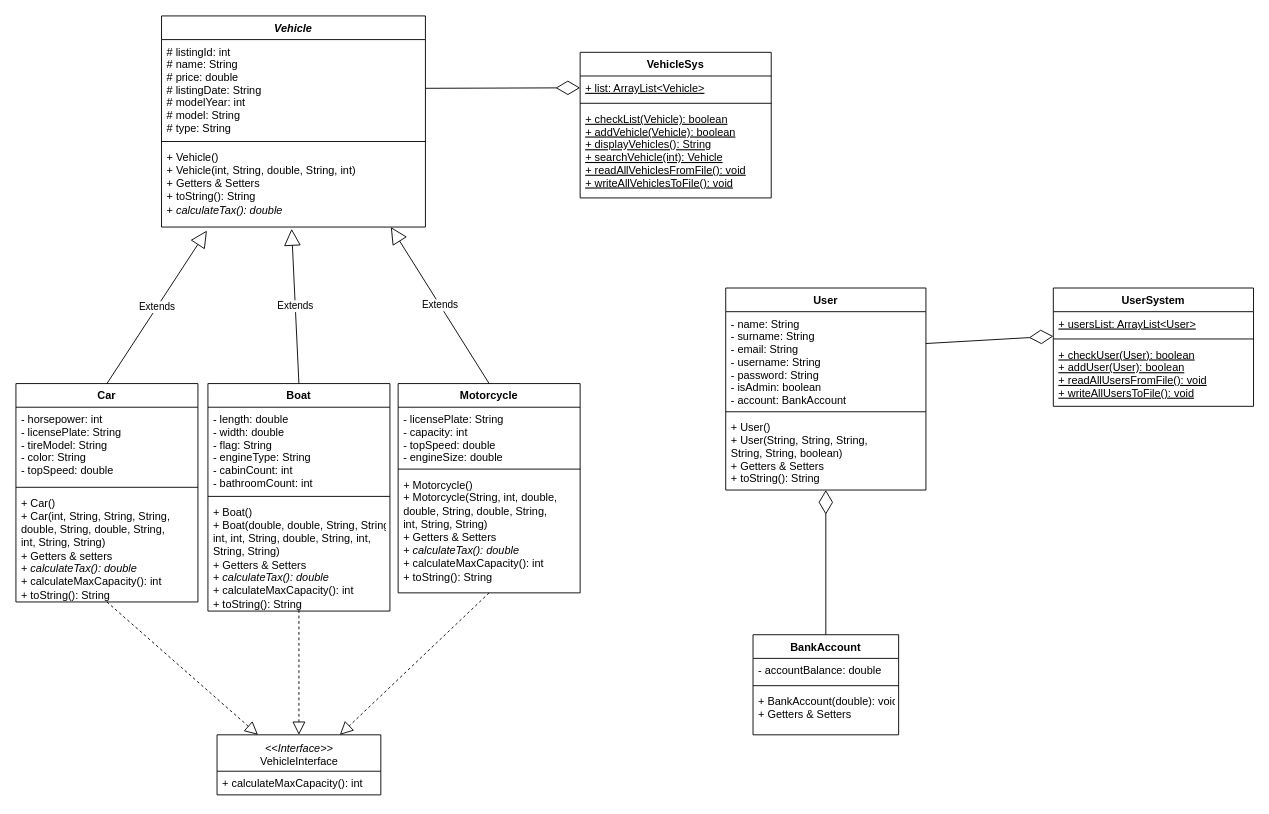
Before: UML/vehiclesellingportal.drawio in bariis/javaproject, a draw.io diagram. Source tidied: cells renumbered, new cells numbered last; positions are measured from the earlier drawing's top-left corner, leaving out a move shared by most shapes. Both pictures are drawn from the tidied source at 91%, with x=0, y=0 at pixel (15, 15).
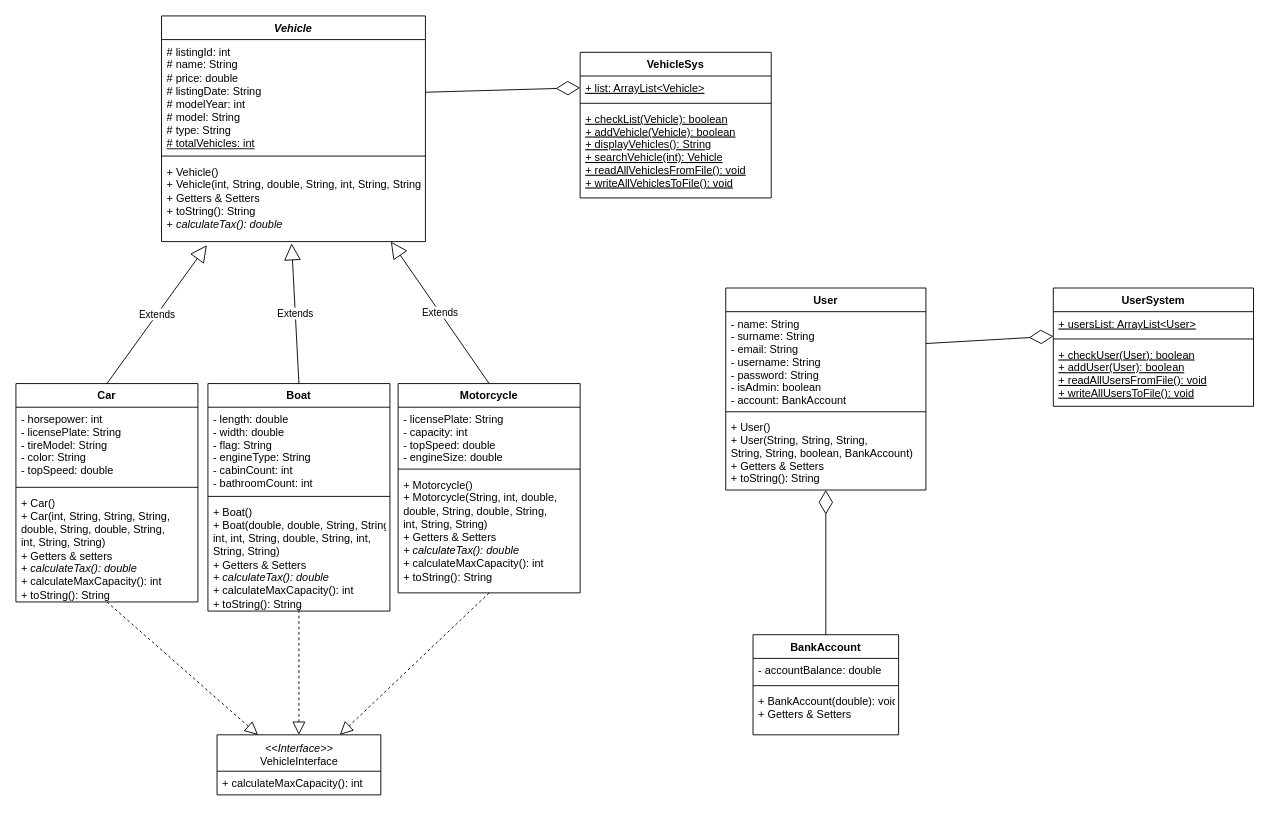
The same page after the edit.

Unchanged cells that the change refers to:
```xml
<mxCell id="26" value="User&#10;" style="swimlane;fontStyle=1;align=center;verticalAlign=top;horizontal=1;startSize=26;" parent="1" vertex="1">
  <mxGeometry x="780" y="299" width="220" height="222" as="geometry" />
</mxCell>
```

Diff of the diagram source:
```diff
@@
     <mxCell id="2" value="Vehicle" style="swimlane;fontStyle=3;align=center;verticalAlign=top;horizontal=1;startSize=26;" parent="1" vertex="1">
-      <mxGeometry x="160" width="290" height="232" as="geometry" />
+      <mxGeometry x="160" width="290" height="248" as="geometry" />
     </mxCell>
-    <mxCell id="3" value="# listingId: int&#10;# name: String&#10;# price: double&#10;# listingDate: String&#10;# modelYear: int&#10;# model: String&#10;# type: String&#10;&#10;&#10;&#10;" style="text;strokeColor=none;fillColor=none;align=left;verticalAlign=top;spacingLeft=4;spacingRight=4;overflow=hidden;points=[[0,0.5],[1,0.5]];portConstraint=eastwest;" parent="2" vertex="1">
-      <mxGeometry y="26" width="290" height="108" as="geometry" />
+    <mxCell id="3" value="# listingId: int&lt;br&gt;# name: String&lt;br&gt;# price: double&lt;br&gt;# listingDate: String&lt;br&gt;# modelYear: int&lt;br&gt;# model: String&lt;br&gt;&lt;div&gt;# type: String&lt;u&gt;&lt;br&gt;&lt;/u&gt;&lt;/div&gt;&lt;div&gt;&lt;u&gt;# totalVehicles: int&lt;/u&gt;&lt;/div&gt;" style="text;strokeColor=none;fillColor=none;align=left;verticalAlign=top;spacingLeft=4;spacingRight=4;overflow=hidden;points=[[0,0.5],[1,0.5]];portConstraint=eastwest;html=1;" parent="2" vertex="1">
+      <mxGeometry y="26" width="290" height="124" as="geometry" />
     </mxCell>
     <mxCell id="4" style="line;strokeWidth=1;fillColor=none;align=left;verticalAlign=middle;spacingTop=-1;spacingLeft=3;spacingRight=3;labelPosition=right;" parent="2" vertex="1">
-      <mxGeometry y="134" width="290" height="8" as="geometry" />
+      <mxGeometry y="150" width="290" height="8" as="geometry" />
     </mxCell>
-    <mxCell id="5" value="+ Vehicle()&lt;br&gt;+ Vehicle(int, String, double, String, int)&lt;br&gt;&lt;div&gt;+ Getters &amp;amp; Setters&lt;/div&gt;&lt;div&gt;+ toString(): String&lt;/div&gt;&lt;div&gt;+&lt;i&gt; calculateTax(): double&lt;/i&gt;&lt;/div&gt;" style="text;strokeColor=none;fillColor=none;align=left;verticalAlign=top;spacingLeft=4;spacingRight=4;overflow=hidden;points=[[0,0.5],[1,0.5]];portConstraint=eastwest;html=1;" parent="2" vertex="1">
-      <mxGeometry y="142" width="290" height="90" as="geometry" />
+    <mxCell id="5" value="+ Vehicle()&lt;br&gt;+ Vehicle(int, String, double, String, int, String, String)&lt;br&gt;&lt;div&gt;+ Getters &amp;amp; Setters&lt;/div&gt;&lt;div&gt;+ toString(): String&lt;/div&gt;&lt;div&gt;+&lt;i&gt; calculateTax(): double&lt;/i&gt;&lt;/div&gt;" style="text;strokeColor=none;fillColor=none;align=left;verticalAlign=top;spacingLeft=4;spacingRight=4;overflow=hidden;points=[[0,0.5],[1,0.5]];portConstraint=eastwest;html=1;" parent="2" vertex="1">
+      <mxGeometry y="158" width="290" height="90" as="geometry" />
     </mxCell>
@@
-    <mxCell id="29" value="+ User()&#10;+ User(String, String, String,&#10;String, String, boolean)&#10;+ Getters &amp; Setters&#10;+ toString(): String" style="text;strokeColor=none;fillColor=none;align=left;verticalAlign=top;spacingLeft=4;spacingRight=4;overflow=hidden;points=[[0,0.5],[1,0.5]];portConstraint=eastwest;" parent="26" vertex="1">
+    <mxCell id="29" value="+ User()&#10;+ User(String, String, String,&#10;String, String, boolean, BankAccount)&#10;+ Getters &amp; Setters&#10;+ toString(): String" style="text;strokeColor=none;fillColor=none;align=left;verticalAlign=top;spacingLeft=4;spacingRight=4;overflow=hidden;points=[[0,0.5],[1,0.5]];portConstraint=eastwest;" parent="26" vertex="1">
       <mxGeometry y="140" width="220" height="82" as="geometry" />
     </mxCell>
```
